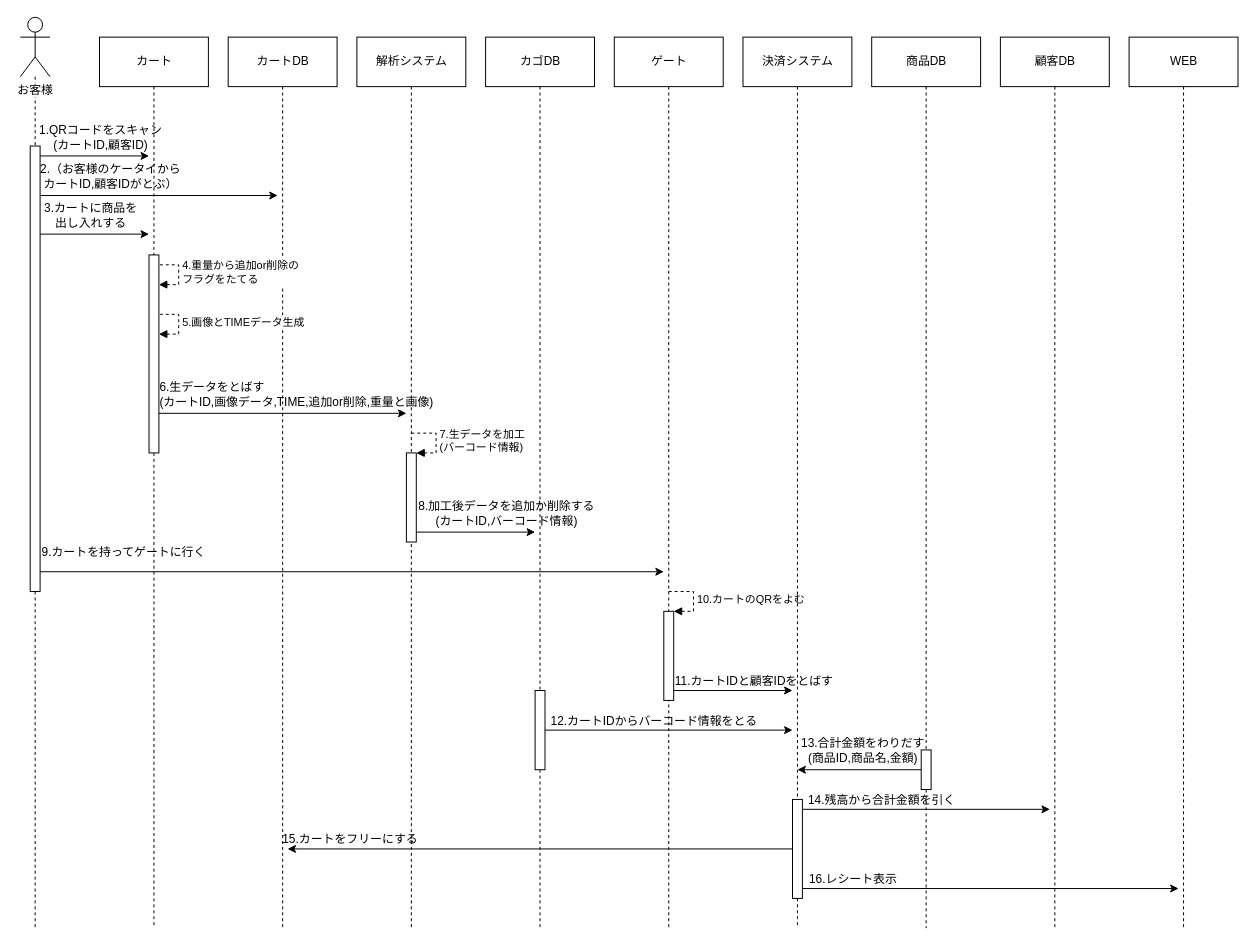
DJ956/YoloBarcodeReader keeps this draw.io diagram as 図/sequence_qr.drawio. Above is the earlier version. Source tidied: cells renumbered, new cells numbered last; positions are measured from the earlier drawing's top-left corner, leaving out a move shared by most shapes. Both pictures are drawn from the tidied source at 99%, with x=0, y=0 at pixel (20, 17).
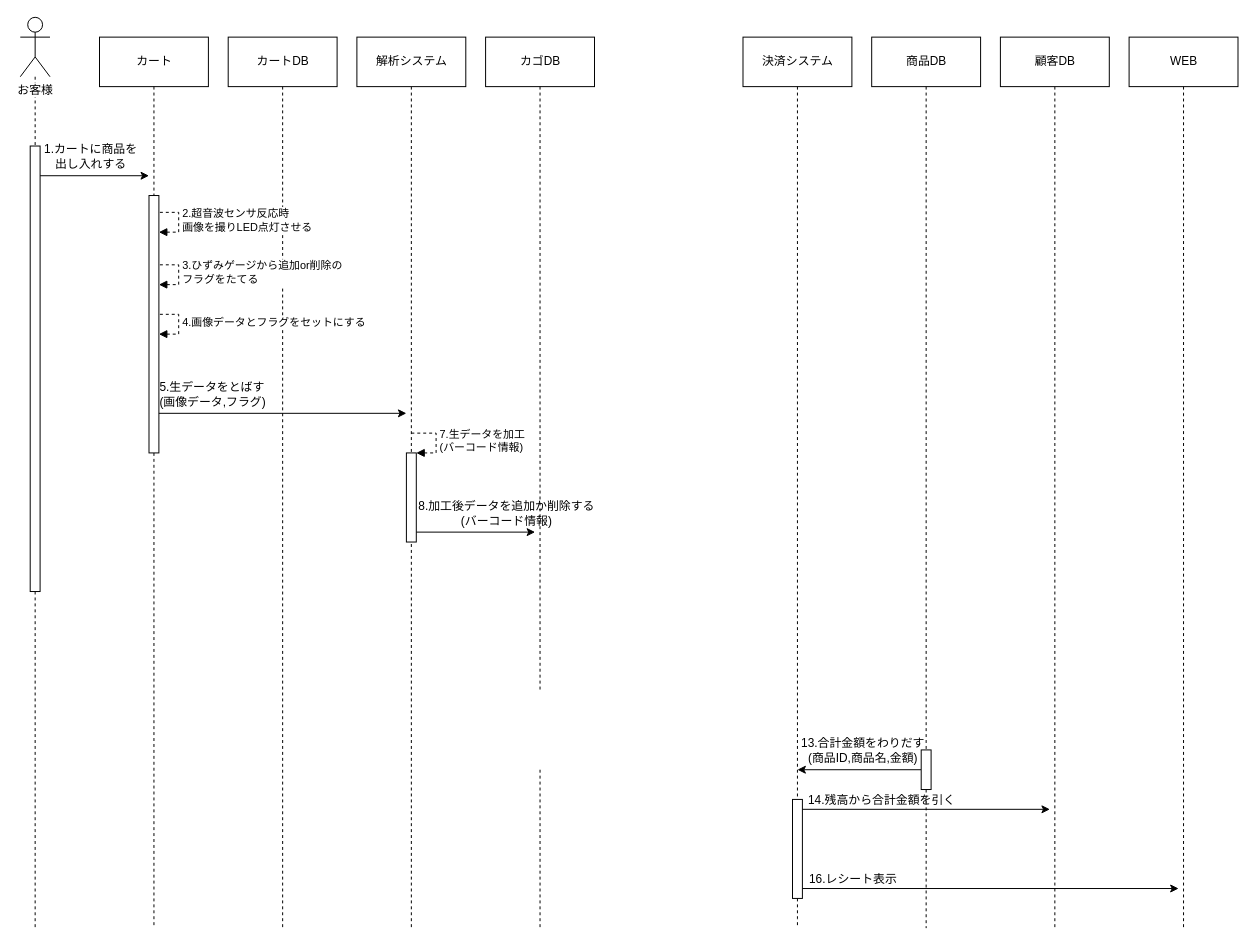
The same page after the edit.

The change refers to these unchanged cells:
```xml
<mxCell id="19" style="endArrow=classic;html=1;" parent="1" edge="1">
  <mxGeometry relative="1" as="geometry">
    <mxPoint x="135" y="400" as="sourcePoint" />
    <mxPoint x="390" y="400" as="targetPoint" />
  </mxGeometry>
</mxCell>
<mxCell id="23" value="カゴDB" style="html=1;" parent="1" vertex="1">
  <mxGeometry x="470" y="20" width="110" height="50" as="geometry" />
</mxCell>
<mxCell id="24" style="endArrow=classic;html=1;" parent="1" edge="1">
  <mxGeometry relative="1" as="geometry">
    <mxPoint x="395" y="520" as="sourcePoint" />
    <mxPoint x="520" y="520" as="targetPoint" />
  </mxGeometry>
</mxCell>
```

Change to the diagram source:
```diff
@@
-    <mxCell id="5" style="endArrow=classic;html=1;" parent="1" edge="1">
-      <mxGeometry relative="1" as="geometry">
-        <mxPoint x="15" y="140" as="sourcePoint" />
-        <mxPoint x="130" y="140" as="targetPoint" />
-      </mxGeometry>
-    </mxCell>
-    <mxCell id="6" value="1.QRコードをスキャン&lt;br&gt;(カートID,顧客ID)" style="text;html=1;align=center;verticalAlign=middle;labelBackgroundColor=none;" parent="5" vertex="1">
-      <mxGeometry x="0.25" y="-3" relative="1" as="geometry">
-        <mxPoint x="-7" y="-23" as="offset" />
-      </mxGeometry>
-    </mxCell>
@@
-    <mxCell id="9" style="endArrow=classic;html=1;" parent="1" edge="1">
-      <mxGeometry relative="1" as="geometry">
-        <mxPoint x="15" y="180" as="sourcePoint" />
-        <mxPoint x="260" y="180" as="targetPoint" />
-      </mxGeometry>
-    </mxCell>
-    <mxCell id="10" value="2.（お客様のケータイから&lt;br&gt;カートID,顧客IDがとぶ）" style="text;html=1;align=center;verticalAlign=middle;labelBackgroundColor=none;" parent="9" vertex="1">
-      <mxGeometry x="0.25" y="-3" relative="1" as="geometry">
-        <mxPoint x="-78" y="-23" as="offset" />
-      </mxGeometry>
-    </mxCell>
-    <mxCell id="11" value="4.重量から追加or削除の&lt;br&gt;フラグをたてる" style="edgeStyle=orthogonalEdgeStyle;html=1;align=left;spacingLeft=2;endArrow=block;rounded=0;entryX=1;entryY=0;dashed=1;" parent="1" edge="1">
+    <mxCell id="11" value="3.ひずみゲージから追加or削除の&lt;br&gt;フラグをたてる" style="edgeStyle=orthogonalEdgeStyle;html=1;align=left;spacingLeft=2;endArrow=block;rounded=0;entryX=1;entryY=0;dashed=1;" parent="1" edge="1">
       <mxGeometry relative="1" as="geometry">
         <mxPoint x="135" y="250" as="sourcePoint" />
         <mxPoint x="140" y="270" as="targetPoint" />
         <Array as="points">
           <mxPoint x="160" y="250" />
         </Array>
       </mxGeometry>
     </mxCell>
@@
-    <mxCell id="14" value="5.画像とTIMEデータ生成" style="edgeStyle=orthogonalEdgeStyle;html=1;align=left;spacingLeft=2;endArrow=block;rounded=0;entryX=1;entryY=0;dashed=1;" parent="1" edge="1">
+    <mxCell id="14" value="4.画像データとフラグをセットにする" style="edgeStyle=orthogonalEdgeStyle;html=1;align=left;spacingLeft=2;endArrow=block;rounded=0;entryX=1;entryY=0;dashed=1;" parent="1" edge="1">
       <mxGeometry relative="1" as="geometry">
         <mxPoint x="135" y="300" as="sourcePoint" />
         <mxPoint x="140" y="320" as="targetPoint" />
         <Array as="points">
           <mxPoint x="160" y="300" />
         </Array>
       </mxGeometry>
     </mxCell>
@@
     <mxCell id="17" style="endArrow=classic;html=1;" parent="1" edge="1">
       <mxGeometry relative="1" as="geometry">
-        <mxPoint x="20" y="219" as="sourcePoint" />
-        <mxPoint x="130" y="219" as="targetPoint" />
+        <mxPoint x="20" y="160" as="sourcePoint" />
+        <mxPoint x="130" y="160" as="targetPoint" />
       </mxGeometry>
     </mxCell>
-    <mxCell id="18" value="3.カートに商品を&lt;br&gt;出し入れする" style="text;html=1;align=center;verticalAlign=middle;labelBackgroundColor=none;" parent="17" vertex="1">
+    <mxCell id="18" value="1.カートに商品を&lt;br&gt;出し入れする" style="text;html=1;align=center;verticalAlign=middle;labelBackgroundColor=none;" parent="17" vertex="1">
       <mxGeometry x="0.25" y="-3" relative="1" as="geometry">
         <mxPoint x="-19" y="-23" as="offset" />
       </mxGeometry>
     </mxCell>
@@
-    <mxCell id="20" value="6.生データをとばす&lt;br&gt;(カートID,画像データ,TIME,追加or削除,重量と画像)" style="text;html=1;align=left;verticalAlign=middle;labelBackgroundColor=none;" parent="19" vertex="1">
+    <mxCell id="20" value="5.生データをとばす&lt;br&gt;(画像データ,フラグ)" style="text;html=1;align=left;verticalAlign=middle;labelBackgroundColor=none;" parent="19" vertex="1">
       <mxGeometry x="0.25" y="-3" relative="1" as="geometry">
         <mxPoint x="-155" y="-23" as="offset" />
       </mxGeometry>
     </mxCell>
@@
-    <mxCell id="22" style="rounded=0;jettySize=auto;html=1;endArrow=none;endFill=0;dashed=1;edgeStyle=orthogonalEdgeStyle;" parent="1" edge="1" source="55">
+    <mxCell id="22" style="rounded=0;orthogonalLoop=1;jettySize=auto;html=1;endArrow=none;endFill=0;dashed=1;edgeStyle=orthogonalEdgeStyle;" parent="1" edge="1">
       <mxGeometry relative="1" as="geometry">
+        <mxPoint x="525" y="760" as="sourcePoint" />
         <mxPoint x="525" y="920" as="targetPoint" />
       </mxGeometry>
     </mxCell>
@@
-    <mxCell id="25" value="8.加工後データを追加か削除する&lt;br&gt;(カートID,バーコード情報)" style="text;html=1;align=center;verticalAlign=middle;labelBackgroundColor=none;" parent="24" vertex="1">
+    <mxCell id="25" value="8.加工後データを追加か削除する&lt;br&gt;(バーコード情報)" style="text;html=1;align=center;verticalAlign=middle;labelBackgroundColor=none;" parent="24" vertex="1">
       <mxGeometry x="0.25" y="-3" relative="1" as="geometry">
         <mxPoint x="17" y="-23" as="offset" />
       </mxGeometry>
     </mxCell>
-    <mxCell id="26" style="rounded=0;jettySize=auto;html=1;endArrow=none;endFill=0;dashed=1;edgeStyle=orthogonalEdgeStyle;" parent="1" edge="1" source="27">
-      <mxGeometry relative="1" as="geometry">
-        <mxPoint x="655" y="920" as="targetPoint" />
-      </mxGeometry>
-    </mxCell>
-    <mxCell id="27" value="ゲート" style="html=1;" parent="1" vertex="1">
-      <mxGeometry x="600" y="20" width="110" height="50" as="geometry" />
-    </mxCell>
-    <mxCell id="28" style="endArrow=classic;html=1;" parent="1" edge="1">
-      <mxGeometry relative="1" as="geometry">
-        <mxPoint x="20" y="560" as="sourcePoint" />
-        <mxPoint x="650" y="560" as="targetPoint" />
-      </mxGeometry>
-    </mxCell>
-    <mxCell id="29" value="9.カートを持ってゲートに行く" style="text;html=1;align=left;verticalAlign=middle;labelBackgroundColor=none;" parent="28" vertex="1">
-      <mxGeometry x="0.25" y="-3" relative="1" as="geometry">
-        <mxPoint x="-394" y="-23" as="offset" />
-      </mxGeometry>
-    </mxCell>
-    <mxCell id="30" value="10.カートのQRをよむ" style="edgeStyle=orthogonalEdgeStyle;html=1;align=left;spacingLeft=2;endArrow=block;rounded=0;entryX=1;entryY=0;dashed=1;" parent="1" edge="1" target="51">
-      <mxGeometry relative="1" as="geometry">
-        <mxPoint x="655" y="580" as="sourcePoint" />
-        <Array as="points">
-          <mxPoint x="680" y="580" />
-        </Array>
-      </mxGeometry>
-    </mxCell>
@@
-    <mxCell id="33" style="endArrow=classic;html=1;" parent="1" edge="1">
-      <mxGeometry relative="1" as="geometry">
-        <mxPoint x="655" y="680" as="sourcePoint" />
-        <mxPoint x="780" y="680" as="targetPoint" />
-      </mxGeometry>
-    </mxCell>
-    <mxCell id="34" value="11.カートIDと顧客IDをとばす" style="text;html=1;align=center;verticalAlign=middle;labelBackgroundColor=none;" parent="33" vertex="1">
-      <mxGeometry x="0.25" y="-3" relative="1" as="geometry">
-        <mxPoint x="7" y="-13" as="offset" />
-      </mxGeometry>
-    </mxCell>
-    <mxCell id="35" style="endArrow=classic;html=1;" parent="1" edge="1">
-      <mxGeometry relative="1" as="geometry">
-        <mxPoint x="525" y="720" as="sourcePoint" />
-        <mxPoint x="780" y="720" as="targetPoint" />
-      </mxGeometry>
-    </mxCell>
-    <mxCell id="36" value="12.カートIDからバーコード情報をとる" style="text;html=1;align=center;verticalAlign=middle;labelBackgroundColor=none;" parent="35" vertex="1">
-      <mxGeometry x="0.25" y="-3" relative="1" as="geometry">
-        <mxPoint x="-45" y="-13" as="offset" />
-      </mxGeometry>
-    </mxCell>
@@
-    <mxCell id="45" style="endArrow=none;html=1;startArrow=classic;startFill=1;endFill=0;" parent="1" edge="1">
-      <mxGeometry relative="1" as="geometry">
-        <mxPoint x="270" y="840" as="sourcePoint" />
-        <mxPoint x="782.5" y="840" as="targetPoint" />
-      </mxGeometry>
-    </mxCell>
-    <mxCell id="46" value="15.カートをフリーにする" style="text;html=1;align=center;verticalAlign=middle;labelBackgroundColor=none;" parent="45" vertex="1">
-      <mxGeometry x="0.25" y="-3" relative="1" as="geometry">
-        <mxPoint x="-258" y="-13" as="offset" />
-      </mxGeometry>
-    </mxCell>
@@
-    <mxCell id="51" style="html=1;points=[];perimeter=orthogonalPerimeter;labelBackgroundColor=none;align=left;" parent="1" vertex="1">
-      <mxGeometry x="650" y="600" width="10" height="90" as="geometry" />
-    </mxCell>
@@
-    <mxCell id="53" style="html=1;points=[];perimeter=orthogonalPerimeter;labelBackgroundColor=none;align=left;" parent="1" vertex="1">
-      <mxGeometry x="130" y="240" width="10" height="200" as="geometry" />
-    </mxCell>
@@
-    <mxCell id="55" style="html=1;points=[];perimeter=orthogonalPerimeter;labelBackgroundColor=none;align=left;" parent="1" vertex="1">
-      <mxGeometry x="520" y="680" width="10" height="80" as="geometry" />
-    </mxCell>
-    <mxCell id="56" style="rounded=0;jettySize=auto;html=1;endArrow=none;endFill=0;dashed=1;edgeStyle=orthogonalEdgeStyle;" parent="1" edge="1" source="23" target="55">
-      <mxGeometry relative="1" as="geometry" />
+    <mxCell id="56" style="rounded=0;jettySize=auto;html=1;endArrow=none;endFill=0;dashed=1;edgeStyle=orthogonalEdgeStyle;" parent="1" edge="1" source="23">
+      <mxGeometry relative="1" as="geometry">
+        <mxPoint x="525" y="680" as="targetPoint" />
+      </mxGeometry>
     </mxCell>
@@
+    <mxCell id="62" value="2.超音波センサ反応時&lt;br&gt;画像を撮りLED点灯させる" style="edgeStyle=orthogonalEdgeStyle;html=1;align=left;spacingLeft=2;endArrow=block;rounded=0;entryX=1;entryY=0;dashed=1;" parent="1" edge="1">
+      <mxGeometry relative="1" as="geometry">
+        <mxPoint x="135" y="197" as="sourcePoint" />
+        <mxPoint x="140" y="217" as="targetPoint" />
+        <Array as="points">
+          <mxPoint x="160" y="197" />
+        </Array>
+      </mxGeometry>
+    </mxCell>
+    <mxCell id="53" style="html=1;points=[];perimeter=orthogonalPerimeter;labelBackgroundColor=none;align=left;" parent="1" vertex="1">
+      <mxGeometry x="130" y="180" width="10" height="260" as="geometry" />
+    </mxCell>
```
